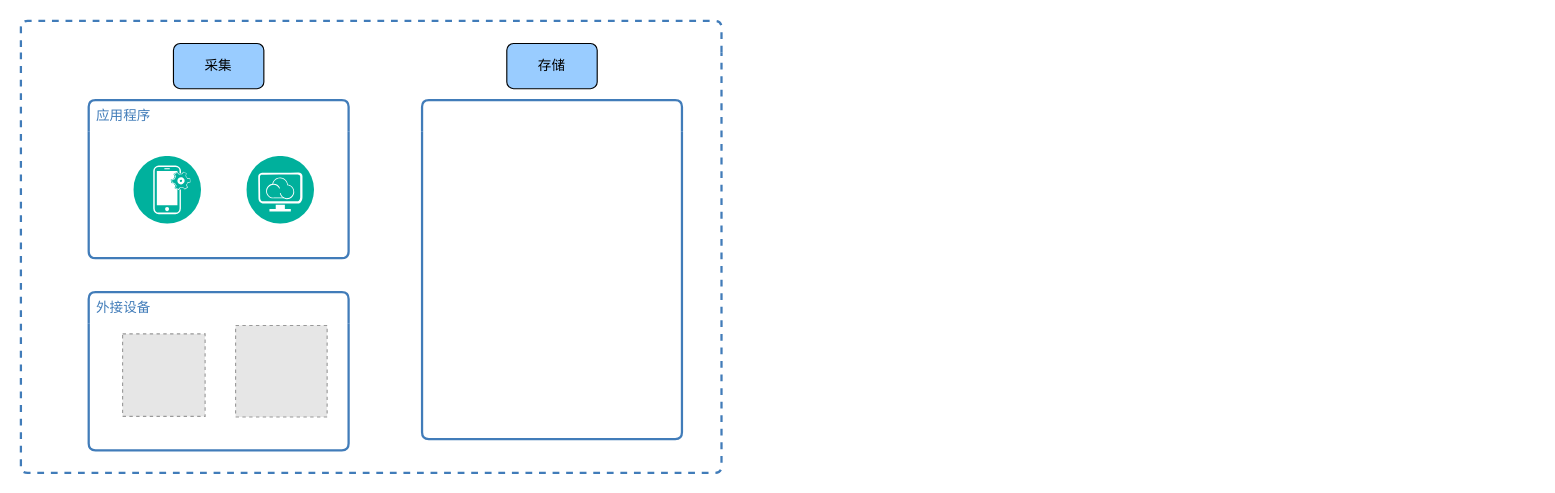
youzhanghao/youzhanghao.github.io keeps this draw.io diagram as _posts/Untitled Diagram.drawio. Above is the earlier version. Source tidied: cells renumbered, new cells numbered last; positions are measured from the earlier drawing's top-left corner, leaving out a move shared by most shapes. Both pictures are drawn from the tidied source at 113%, with x=0, y=0 at pixel (20, 20). Pictures stored in the file or linked from it are replaced by grey dashed boxes.
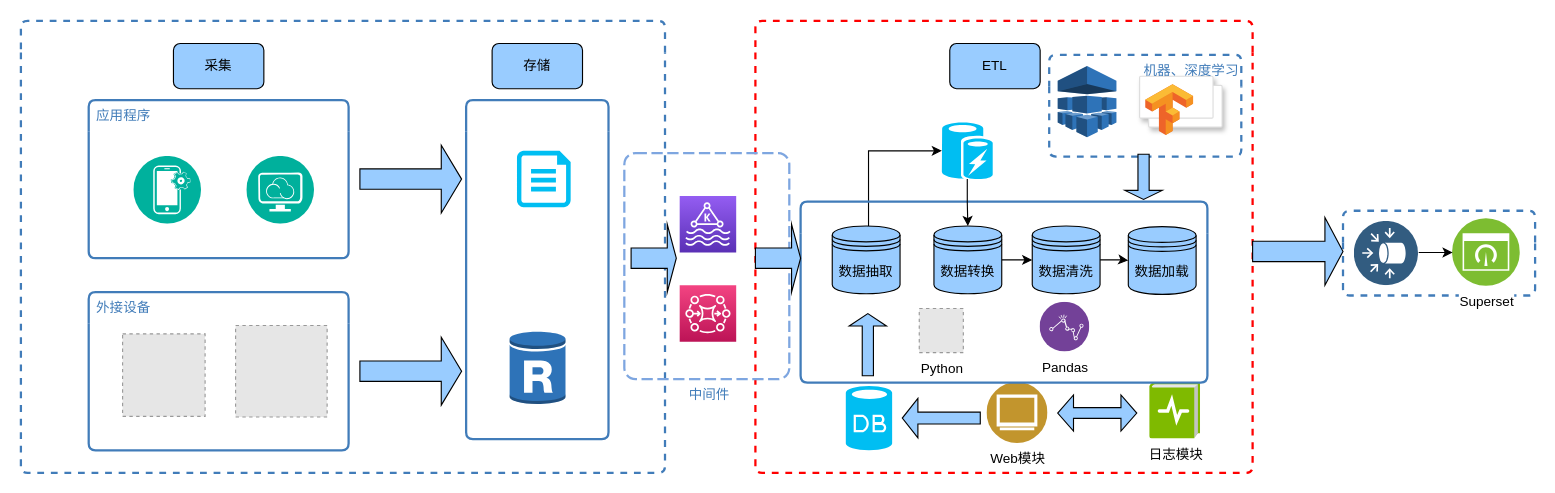
The same page after the edit.

The edit, as a diff of the source:
```diff
@@
     <mxCell id="2" style="swimlane;fontStyle=0;horizontal=1;startSize=28;swimlaneLine=0;swimlaneFillColor=none;fillColor=none;rounded=1;whiteSpace=wrap;html=1;absoluteArcSize=1;arcSize=12;strokeColor=#417CB9;fillColor=none;fontColor=#417CB9;verticalAlign=top;align=left;spacingLeft=5;dashed=1;strokeWidth=2;" parent="1" vertex="1">
-      <mxGeometry width="620" height="400" as="geometry" />
+      <mxGeometry width="570" height="400" as="geometry" />
     </mxCell>
@@
     <mxCell id="10" value="存储" style="rounded=1;whiteSpace=wrap;html=1;strokeColor=#000000;fillColor=#99CCFF;" parent="2" vertex="1">
-      <mxGeometry x="430" y="20" width="80" height="40" as="geometry" />
+      <mxGeometry x="417" y="20" width="80" height="40" as="geometry" />
     </mxCell>
     <mxCell id="11" style="swimlane;fontStyle=0;horizontal=1;startSize=28;swimlaneLine=0;swimlaneFillColor=none;fillColor=none;rounded=1;whiteSpace=wrap;html=1;absoluteArcSize=1;arcSize=12;strokeColor=#417CB9;fontColor=#417CB9;verticalAlign=top;align=left;spacingLeft=5;dashed=0;strokeWidth=2;" parent="2" vertex="1">
-      <mxGeometry x="355" y="70" width="230" height="300" as="geometry" />
+      <mxGeometry x="394" y="70" width="126" height="300" as="geometry" />
     </mxCell>
+    <mxCell id="12" style="verticalLabelPosition=bottom;html=1;verticalAlign=top;align=center;strokeColor=none;fillColor=#00BEF2;shape=mxgraph.azure.cloud_services_configuration_file;" parent="11" vertex="1">
+      <mxGeometry x="45" y="45" width="47.5" height="50" as="geometry" />
+    </mxCell>
+    <mxCell id="13" style="dashed=0;verticalLabelPosition=bottom;verticalAlign=top;align=center;html=1;shape=mxgraph.aws3.rds_db_instance_read_replica;fillColor=#2E73B8;gradientColor=none;strokeColor=#000000;" parent="11" vertex="1">
+      <mxGeometry x="38.5" y="204" width="49.5" height="66" as="geometry" />
+    </mxCell>
+    <mxCell id="14" style="shape=singleArrow;whiteSpace=wrap;html=1;strokeColor=#000000;fillColor=#99CCFF;" parent="2" vertex="1">
+      <mxGeometry x="300" y="110" width="90" height="60" as="geometry" />
+    </mxCell>
+    <mxCell id="15" style="shape=singleArrow;whiteSpace=wrap;html=1;strokeColor=#000000;fillColor=#99CCFF;" parent="2" vertex="1">
+      <mxGeometry x="300" y="280" width="90" height="60" as="geometry" />
+    </mxCell>
+    <mxCell id="16" style="swimlane;fontStyle=0;horizontal=1;startSize=28;swimlaneLine=0;swimlaneFillColor=none;fillColor=none;rounded=1;whiteSpace=wrap;html=1;absoluteArcSize=1;arcSize=12;strokeColor=#FF0000;fillColor=none;fontColor=#417CB9;verticalAlign=top;align=left;spacingLeft=5;dashed=1;strokeWidth=2;" parent="1" vertex="1">
+      <mxGeometry x="650" width="440" height="400" as="geometry" />
+    </mxCell>
+    <mxCell id="17" value="ETL" style="rounded=1;whiteSpace=wrap;html=1;strokeColor=#000000;fillColor=#99CCFF;" parent="16" vertex="1">
+      <mxGeometry x="172" y="20" width="80" height="40" as="geometry" />
+    </mxCell>
+    <mxCell id="18" value="Web模块" style="perimeter=ellipsePerimeter;html=1;align=center;shadow=0;dashed=0;image;image=img/lib/ibm/users/browser.svg;strokeColor=#FF0000;fillColor=#99CCFF;" parent="16" vertex="1">
+      <mxGeometry x="205" y="320" width="54" height="54" as="geometry" />
+    </mxCell>
+    <mxCell id="19" value="日志模块" style="html=1;perimeter=none;align=center;shadow=0;dashed=0;image;fontSize=12;image=img/lib/mscae/LogDiagnostics.svg;strokeColor=#FF0000;fillColor=#99CCFF;" parent="16" vertex="1">
+      <mxGeometry x="349" y="320" width="45" height="50" as="geometry" />
+    </mxCell>
+    <mxCell id="20" style="shape=doubleArrow;whiteSpace=wrap;html=1;strokeColor=#000000;fillColor=#99CCFF;" parent="16" vertex="1">
+      <mxGeometry x="267.5" y="331" width="70" height="32" as="geometry" />
+    </mxCell>
+    <mxCell id="21" style="verticalLabelPosition=bottom;html=1;verticalAlign=top;align=center;strokeColor=none;fillColor=#00BEF2;shape=mxgraph.azure.database;" parent="16" vertex="1">
+      <mxGeometry x="80" y="323" width="41" height="57" as="geometry" />
+    </mxCell>
+    <mxCell id="22" style="edgeStyle=orthogonalEdgeStyle;rounded=0;jettySize=auto;html=1;entryX=0;entryY=0.5;entryDx=0;entryDy=0;entryPerimeter=0;exitX=0.167;exitY=0.2;exitDx=0;exitDy=0;exitPerimeter=0;" parent="16" edge="1" source="29" target="35">
+      <mxGeometry relative="1" as="geometry">
+        <Array as="points">
+          <mxPoint x="100" y="115" />
+        </Array>
+      </mxGeometry>
+    </mxCell>
+    <mxCell id="23" value="数据抽取" style="shape=datastore;whiteSpace=wrap;html=1;strokeColor=#000000;fillColor=#99CCFF;" parent="16" vertex="1">
+      <mxGeometry x="68" y="181.5" width="60" height="60" as="geometry" />
+    </mxCell>
+    <mxCell id="24" style="edgeStyle=orthogonalEdgeStyle;rounded=0;jettySize=auto;html=1;entryX=0;entryY=0.5;entryDx=0;entryDy=0;" parent="16" edge="1" source="25" target="27">
+      <mxGeometry relative="1" as="geometry" />
+    </mxCell>
+    <mxCell id="25" value="数据转换" style="shape=datastore;whiteSpace=wrap;html=1;strokeColor=#000000;fillColor=#99CCFF;" parent="16" vertex="1">
+      <mxGeometry x="158" y="181.5" width="60" height="60" as="geometry" />
+    </mxCell>
+    <mxCell id="26" style="edgeStyle=orthogonalEdgeStyle;rounded=0;jettySize=auto;html=1;entryX=0;entryY=0.5;entryDx=0;entryDy=0;" parent="16" edge="1" source="27" target="28">
+      <mxGeometry relative="1" as="geometry" />
+    </mxCell>
+    <mxCell id="27" value="数据清洗" style="shape=datastore;whiteSpace=wrap;html=1;strokeColor=#000000;fillColor=#99CCFF;" parent="16" vertex="1">
+      <mxGeometry x="245" y="181.5" width="60" height="60" as="geometry" />
+    </mxCell>
+    <mxCell id="28" value="数据加载" style="shape=datastore;whiteSpace=wrap;html=1;strokeColor=#000000;fillColor=#99CCFF;" parent="16" vertex="1">
+      <mxGeometry x="330" y="182" width="60" height="60" as="geometry" />
+    </mxCell>
+    <mxCell id="29" style="swimlane;fontStyle=0;horizontal=1;startSize=28;swimlaneLine=0;swimlaneFillColor=none;fillColor=none;rounded=1;whiteSpace=wrap;html=1;absoluteArcSize=1;arcSize=12;strokeColor=#417CB9;fontColor=#417CB9;verticalAlign=top;align=left;spacingLeft=5;dashed=0;strokeWidth=2;" parent="16" vertex="1">
+      <mxGeometry x="40" y="160" width="360" height="160" as="geometry" />
+    </mxCell>
+    <mxCell id="30" value="Pandas" style="perimeter=ellipsePerimeter;html=1;align=center;shadow=0;dashed=0;image;image=img/lib/ibm/analytics/analytics.svg;strokeColor=#000000;fillColor=#99CCFF;" parent="29" vertex="1">
+      <mxGeometry x="212" y="89" width="44" height="44" as="geometry" />
+    </mxCell>
+    <mxCell id="31" value="Python" style="fillColor=#E6E6E6;strokeColor=#999999;dashed=1;html=1;verticalAlign=top;verticalLabelPosition=bottom;labelBackgroundColor=#ffffff;" parent="29" vertex="1">
+      <mxGeometry x="105" y="94.5" width="39" height="39" as="geometry" />
+    </mxCell>
+    <mxCell id="32" style="shape=singleArrow;direction=west;whiteSpace=wrap;html=1;strokeColor=#000000;fillColor=#99CCFF;" parent="16" vertex="1">
+      <mxGeometry x="130" y="334" width="69" height="35" as="geometry" />
+    </mxCell>
+    <mxCell id="33" style="shape=singleArrow;direction=north;whiteSpace=wrap;html=1;strokeColor=#000000;fillColor=#99CCFF;" parent="16" vertex="1">
+      <mxGeometry x="83" y="259" width="33" height="55" as="geometry" />
+    </mxCell>
+    <mxCell id="34" style="edgeStyle=orthogonalEdgeStyle;rounded=0;jettySize=auto;html=1;" parent="16" edge="1" source="35" target="25">
+      <mxGeometry relative="1" as="geometry" />
+    </mxCell>
+    <mxCell id="35" style="verticalLabelPosition=bottom;html=1;verticalAlign=top;align=center;strokeColor=none;fillColor=#00BEF2;shape=mxgraph.azure.azure_cache;" parent="16" vertex="1">
+      <mxGeometry x="165" y="90" width="45" height="50" as="geometry" />
+    </mxCell>
+    <mxCell id="36" style="dashed=0;verticalLabelPosition=bottom;verticalAlign=top;align=center;html=1;shape=mxgraph.aws3.machine_learning;fillColor=#2E73B8;gradientColor=none;strokeColor=#000000;" parent="16" vertex="1">
+      <mxGeometry x="267.5" y="40" width="52" height="63" as="geometry" />
+    </mxCell>
+    <mxCell id="37" style="shape=mxgraph.gcp2.doubleRect;strokeColor=#dddddd;fillColor=#ffffff;shadow=1;strokeWidth=1;" parent="16" vertex="1">
+      <mxGeometry x="340" y="49" width="73" height="45" as="geometry" />
+    </mxCell>
+    <mxCell id="38" style="dashed=0;html=1;fillColor=#5184F3;strokeColor=none;shape=mxgraph.gcp2.tensorflow_logo;labelPosition=right;verticalLabelPosition=middle;align=left;verticalAlign=middle;spacingLeft=5;fontColor=#999999;fontSize=12;" parent="37" vertex="1">
+      <mxGeometry width="42.3" height="45" relative="1" as="geometry">
+        <mxPoint x="5" y="7" as="offset" />
+      </mxGeometry>
+    </mxCell>
+    <mxCell id="39" value="机器、深度学习" style="swimlane;fontStyle=0;horizontal=1;startSize=28;swimlaneLine=0;swimlaneFillColor=none;fillColor=none;rounded=1;whiteSpace=wrap;html=1;absoluteArcSize=1;arcSize=12;strokeColor=#417CB9;fontColor=#417CB9;verticalAlign=top;align=right;spacingLeft=5;dashed=1;strokeWidth=2;" parent="16" vertex="1">
+      <mxGeometry x="260" y="30" width="170" height="90" as="geometry" />
+    </mxCell>
+    <mxCell id="40" style="fontColor=#232F3E;gradientColor=#945DF2;gradientDirection=north;fillColor=#5A30B5;strokeColor=#ffffff;dashed=0;verticalLabelPosition=bottom;verticalAlign=top;align=center;html=1;fontSize=12;fontStyle=0;shape=mxgraph.aws4.resourceIcon;resIcon=mxgraph.aws4.managed_streaming_for_kafka;" parent="1" vertex="1">
+      <mxGeometry x="583" y="155" width="50" height="50" as="geometry" />
+    </mxCell>
+    <mxCell id="41" style="fontColor=#232F3E;gradientColor=#F34482;gradientDirection=north;fillColor=#BC1356;strokeColor=#ffffff;dashed=0;verticalLabelPosition=bottom;verticalAlign=top;align=center;html=1;fontSize=12;fontStyle=0;shape=mxgraph.aws4.resourceIcon;resIcon=mxgraph.aws4.mq;" parent="1" vertex="1">
+      <mxGeometry x="583" y="234" width="50" height="50" as="geometry" />
+    </mxCell>
+    <mxCell id="42" value="中间件" style="rounded=1;whiteSpace=wrap;html=1;absoluteArcSize=1;arcSize=20;strokeColor=#7EA6E0;fillColor=none;fontColor=#417CB9;verticalAlign=top;align=center;spacingLeft=5;dashed=1;dashPattern=5 2;labelPosition=center;verticalLabelPosition=bottom;strokeWidth=2;" parent="1" vertex="1">
+      <mxGeometry x="534" y="117" width="146" height="200" as="geometry" />
+    </mxCell>
+    <mxCell id="43" style="shape=singleArrow;whiteSpace=wrap;html=1;strokeColor=#000000;fillColor=#99CCFF;" parent="1" vertex="1">
+      <mxGeometry x="540" y="180" width="40" height="60" as="geometry" />
+    </mxCell>
+    <mxCell id="44" style="shape=singleArrow;whiteSpace=wrap;html=1;strokeColor=#000000;fillColor=#99CCFF;" parent="1" vertex="1">
+      <mxGeometry x="650" y="180" width="40" height="60" as="geometry" />
+    </mxCell>
+    <mxCell id="45" style="shape=singleArrow;direction=south;whiteSpace=wrap;html=1;strokeColor=#000000;fillColor=#99CCFF;" parent="1" vertex="1">
+      <mxGeometry x="977" y="118" width="33" height="40" as="geometry" />
+    </mxCell>
+    <mxCell id="46" style="shape=singleArrow;whiteSpace=wrap;html=1;strokeColor=#000000;fillColor=#99CCFF;" parent="1" vertex="1">
+      <mxGeometry x="1090" y="174" width="80" height="60" as="geometry" />
+    </mxCell>
+    <mxCell id="47" style="swimlane;fontStyle=0;horizontal=1;startSize=28;swimlaneLine=0;swimlaneFillColor=none;fillColor=none;rounded=1;whiteSpace=wrap;html=1;absoluteArcSize=1;arcSize=12;strokeColor=#417CB9;fontColor=#417CB9;verticalAlign=top;align=left;spacingLeft=5;dashed=1;strokeWidth=2;" parent="1" vertex="1">
+      <mxGeometry x="1170" y="168" width="170" height="75" as="geometry" />
+    </mxCell>
+    <mxCell id="48" value="Superset" style="perimeter=ellipsePerimeter;html=1;align=center;shadow=0;dashed=0;image;image=img/lib/ibm/infrastructure/dashboard.svg;strokeColor=#000000;fillColor=#99CCFF;" parent="47" vertex="1">
+      <mxGeometry x="97" y="7" width="60" height="60" as="geometry" />
+    </mxCell>
+    <mxCell id="49" style="edgeStyle=orthogonalEdgeStyle;rounded=0;jettySize=auto;html=1;entryX=0;entryY=0.5;entryDx=0;entryDy=0;" parent="47" edge="1" source="50" target="48">
+      <mxGeometry relative="1" as="geometry" />
+    </mxCell>
+    <mxCell id="50" style="perimeter=ellipsePerimeter;html=1;align=center;shadow=0;dashed=0;image;image=img/lib/ibm/data/data_sources.svg;strokeColor=#000000;fillColor=#99CCFF;rotation=-90;" parent="47" vertex="1">
+      <mxGeometry x="10" y="8.5" width="57" height="57" as="geometry" />
+    </mxCell>
```
